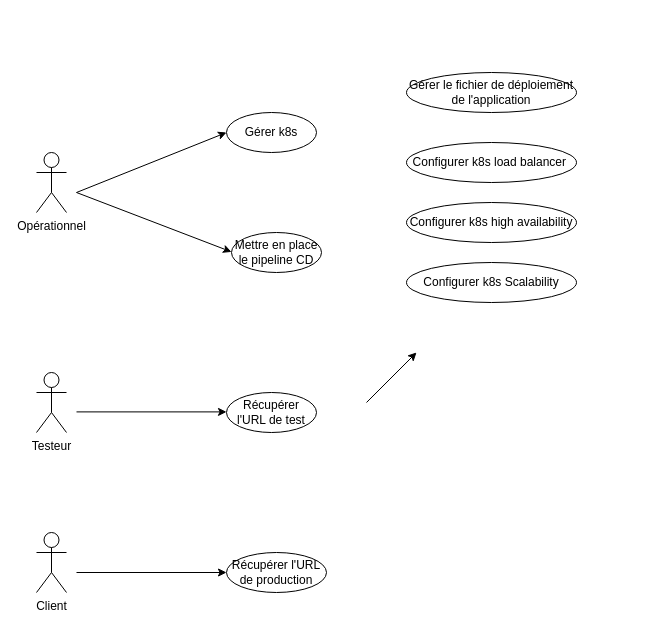
The draw.io diagram page "Page-2" (2 of 2) of Untitled Diagram.drawio in nouha57/AJAX-Movie-Recommendation-System-with-Sentiment-Analysis, before the edit. Source tidied: cells renumbered, new cells numbered last; positions are measured from the earlier drawing's top-left corner, leaving out a move shared by most shapes. Both pictures are drawn from the tidied source at 100%, with x=0, y=0 at pixel (36, 72).
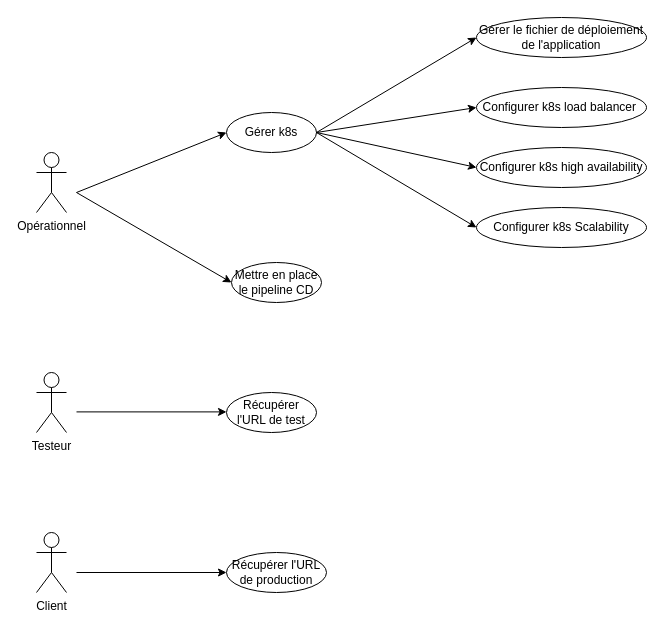
The same diagram, later.

The change refers to these unchanged cells:
```xml
<mxCell id="5" value="Gérer k8s" style="ellipse;whiteSpace=wrap;html=1;" parent="1" vertex="1">
  <mxGeometry x="190" y="40" width="90" height="40" as="geometry" />
</mxCell>
```

The edit, as a diff of the source:
```diff
@@
     <mxCell id="6" value="Mettre en place le pipeline CD" style="ellipse;whiteSpace=wrap;html=1;" parent="1" vertex="1">
-      <mxGeometry x="195" y="160" width="90" height="40" as="geometry" />
+      <mxGeometry x="195" y="190" width="90" height="40" as="geometry" />
     </mxCell>
@@
-    <mxCell id="12" style="endArrow=classic;html=1;rounded=0;entryX=0;entryY=0.5;entryDx=0;entryDy=0;" parent="1" edge="1">
+    <mxCell id="12" style="endArrow=classic;html=1;rounded=0;entryX=0;entryY=0.5;entryDx=0;entryDy=0;" parent="1" edge="1" target="6">
       <mxGeometry relative="1" as="geometry">
         <mxPoint x="40" y="120" as="sourcePoint" />
-        <mxPoint x="195" y="179.4" as="targetPoint" />
       </mxGeometry>
     </mxCell>
-    <mxCell id="13" style="endArrow=classic;html=1;rounded=0;" parent="1" edge="1">
+    <mxCell id="13" style="endArrow=classic;html=1;rounded=0;entryX=0;entryY=0.5;entryDx=0;entryDy=0;" parent="1" edge="1" target="14">
       <mxGeometry relative="1" as="geometry">
-        <mxPoint x="330" y="330" as="sourcePoint" />
-        <mxPoint x="380" y="280" as="targetPoint" />
+        <mxPoint x="280" y="60" as="sourcePoint" />
       </mxGeometry>
     </mxCell>
     <mxCell id="14" value="Gérer le fichier de déploiement de l'application" style="ellipse;whiteSpace=wrap;html=1;" parent="1" vertex="1">
-      <mxGeometry x="370" width="170" height="40" as="geometry" />
+      <mxGeometry x="440" y="-55" width="170" height="40" as="geometry" />
     </mxCell>
     <mxCell id="15" value="Configurer k8s load balancer&amp;nbsp;" style="ellipse;whiteSpace=wrap;html=1;" parent="1" vertex="1">
-      <mxGeometry x="370" y="70" width="170" height="40" as="geometry" />
+      <mxGeometry x="440" y="15" width="170" height="40" as="geometry" />
     </mxCell>
     <mxCell id="16" value="Configurer k8s high availability" style="ellipse;whiteSpace=wrap;html=1;" parent="1" vertex="1">
-      <mxGeometry x="370" y="130" width="170" height="40" as="geometry" />
+      <mxGeometry x="440" y="75" width="170" height="40" as="geometry" />
     </mxCell>
     <mxCell id="17" value="Configurer k8s Scalability" style="ellipse;whiteSpace=wrap;html=1;" parent="1" vertex="1">
-      <mxGeometry x="370" y="190" width="170" height="40" as="geometry" />
+      <mxGeometry x="440" y="135" width="170" height="40" as="geometry" />
     </mxCell>
+    <mxCell id="18" style="endArrow=classic;html=1;rounded=0;entryX=0;entryY=0.5;entryDx=0;entryDy=0;" parent="1" edge="1" target="15">
+      <mxGeometry relative="1" as="geometry">
+        <mxPoint x="280" y="60" as="sourcePoint" />
+      </mxGeometry>
+    </mxCell>
+    <mxCell id="19" style="endArrow=classic;html=1;rounded=0;entryX=0;entryY=0.5;entryDx=0;entryDy=0;exitX=1;exitY=0.5;exitDx=0;exitDy=0;" parent="1" edge="1" source="5" target="16">
+      <mxGeometry relative="1" as="geometry" />
+    </mxCell>
+    <mxCell id="20" style="endArrow=classic;html=1;rounded=0;exitX=1;exitY=0.5;exitDx=0;exitDy=0;entryX=0;entryY=0.5;entryDx=0;entryDy=0;" parent="1" edge="1" source="5" target="17">
+      <mxGeometry relative="1" as="geometry" />
+    </mxCell>
```
